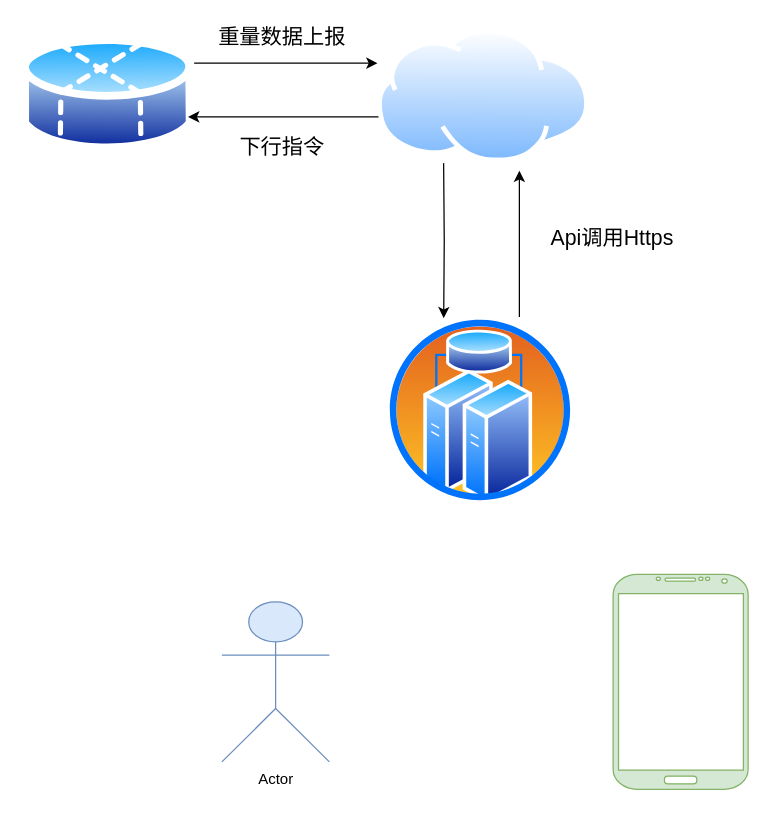
This is 智慧餐厅架构图.drawio from laowang-cloud/diagrams, a draw.io file, before an edit. Source tidied: cells renumbered, new cells numbered last; positions are measured from the earlier drawing's top-left corner, leaving out a move shared by most shapes. Both pictures are drawn from the tidied source at 125%, with x=0, y=0 at pixel (21, 21).
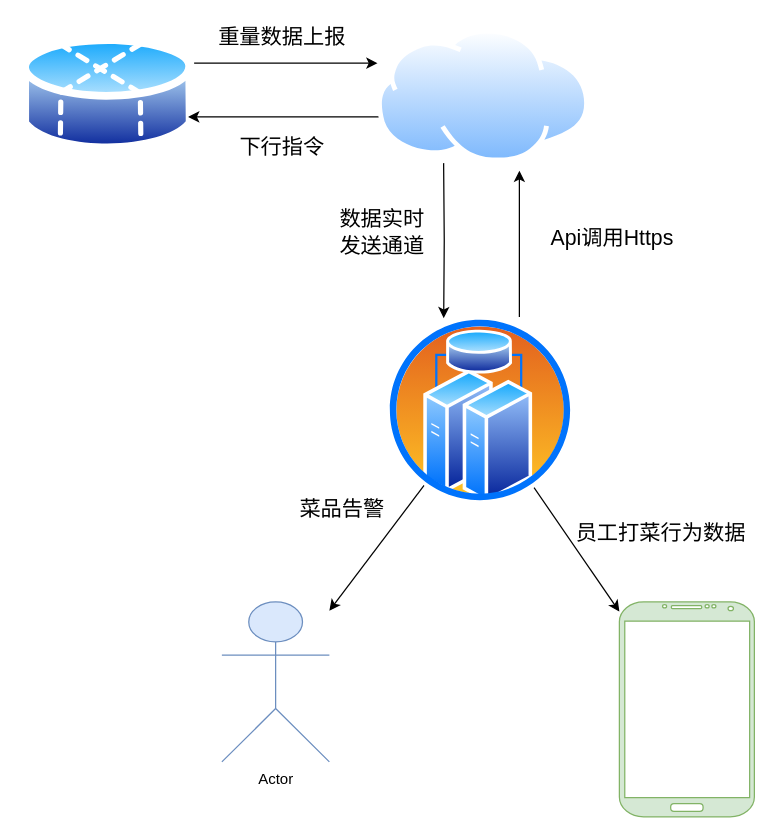
The same diagram, later.

Commit message (it also covers changes not shown here):
更新智慧餐厅架构图.drawio

Unchanged cells that the change refers to:
```xml
<mxCell id="5" style="perimeter=ellipsePerimeter;html=1;align=center;shadow=0;dashed=0;spacingTop=3;image;image=img/lib/active_directory/cluster_server.svg;" parent="1" vertex="1">
  <mxGeometry x="292" y="236" width="150" height="150" as="geometry" />
</mxCell>
<mxCell id="7" value="Actor" style="shape=umlActor;verticalLabelPosition=bottom;verticalAlign=top;html=1;fillColor=#dae8fc;strokeColor=#6c8ebf;" parent="1" vertex="1">
  <mxGeometry x="160" y="464" width="86" height="128" as="geometry" />
</mxCell>
```

Change to the diagram source:
```diff
@@
+    <mxCell id="14" style="rounded=0;jettySize=auto;html=1;fontSize=17;" parent="1" edge="1" source="5" target="7">
+      <mxGeometry relative="1" as="geometry" />
+    </mxCell>
+    <mxCell id="15" style="edgeStyle=none;rounded=0;jettySize=auto;html=1;fontSize=17;" parent="1" edge="1" source="5" target="6">
+      <mxGeometry relative="1" as="geometry" />
+    </mxCell>
@@
     <mxCell id="6" style="verticalLabelPosition=bottom;verticalAlign=top;html=1;shadow=0;dashed=0;strokeWidth=1;shape=mxgraph.android.phone2;strokeColor=#82b366;fillColor=#d5e8d4;" parent="1" vertex="1">
-      <mxGeometry x="473" y="442" width="108" height="172" as="geometry" />
+      <mxGeometry x="478" y="464" width="108" height="172" as="geometry" />
     </mxCell>
@@
+    <mxCell id="16" value="&lt;span style=&quot;font-size: 17px&quot;&gt;数据实时发送通道&lt;/span&gt;" style="text;html=1;strokeColor=none;fillColor=none;align=center;verticalAlign=middle;whiteSpace=wrap;rounded=0;rotation=0;" parent="1" vertex="1">
+      <mxGeometry x="247" y="153" width="83" height="32" as="geometry" />
+    </mxCell>
+    <mxCell id="17" value="&lt;span style=&quot;font-size: 17px&quot;&gt;菜品告警&lt;br&gt;&lt;/span&gt;" style="text;html=1;strokeColor=none;fillColor=none;align=center;verticalAlign=middle;whiteSpace=wrap;rounded=0;rotation=0;" parent="1" vertex="1">
+      <mxGeometry x="214.5" y="375" width="83" height="32" as="geometry" />
+    </mxCell>
+    <mxCell id="18" value="&lt;span style=&quot;font-size: 17px&quot;&gt;员工打菜行为数据&lt;br&gt;&lt;/span&gt;" style="text;html=1;strokeColor=none;fillColor=none;align=center;verticalAlign=middle;whiteSpace=wrap;rounded=0;rotation=0;" parent="1" vertex="1">
+      <mxGeometry x="437" y="395" width="149" height="30" as="geometry" />
+    </mxCell>
```
